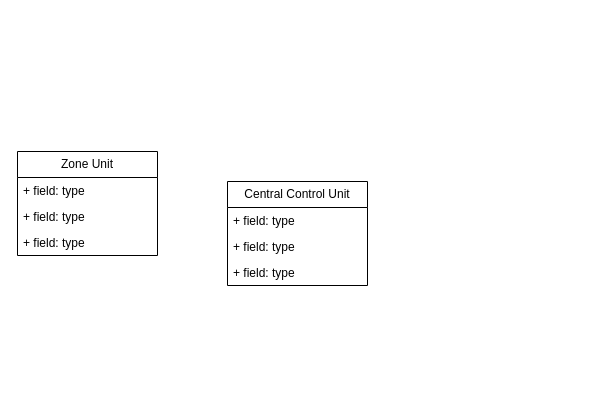
Before: week12-workshop11.drawio in antonykimuom/SWEN30006-2025-SM1-workshop1-tuew05-14-00-team-12, a draw.io diagram. Source tidied: cells renumbered, new cells numbered last; positions are measured from the earlier drawing's top-left corner, leaving out a move shared by most shapes. Both pictures are drawn from the tidied source at 100%, with x=0, y=0 at pixel (17, 151).
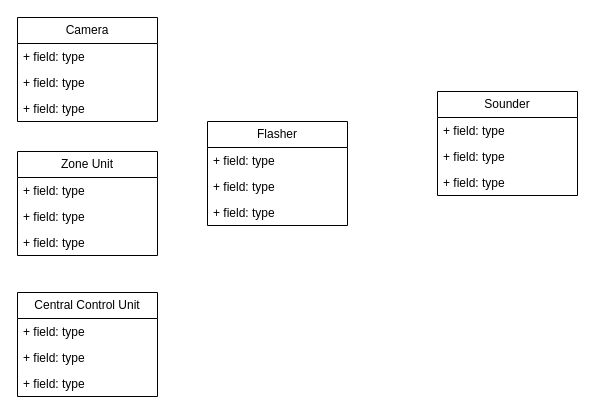
The same diagram, later.

The edit, as a diff of the source:
```diff
@@
     <mxCell id="2" value="Central Control Unit" style="swimlane;fontStyle=0;horizontal=1;startSize=26;fillColor=none;whiteSpace=wrap;html=1;" parent="1" vertex="1">
-      <mxGeometry x="210" y="30" width="140" height="104" as="geometry" />
+      <mxGeometry y="141" width="140" height="104" as="geometry" />
     </mxCell>
@@
+    <mxCell id="10" value="Camera" style="swimlane;fontStyle=0;horizontal=1;startSize=26;fillColor=none;whiteSpace=wrap;html=1;" parent="1" vertex="1">
+      <mxGeometry y="-134" width="140" height="104" as="geometry" />
+    </mxCell>
+    <mxCell id="11" value="+ field: type" style="text;strokeColor=none;fillColor=none;align=left;verticalAlign=top;spacingLeft=4;spacingRight=4;overflow=hidden;whiteSpace=wrap;html=1;" parent="10" vertex="1">
+      <mxGeometry y="26" width="140" height="26" as="geometry" />
+    </mxCell>
+    <mxCell id="12" value="+ field: type" style="text;strokeColor=none;fillColor=none;align=left;verticalAlign=top;spacingLeft=4;spacingRight=4;overflow=hidden;whiteSpace=wrap;html=1;" parent="10" vertex="1">
+      <mxGeometry y="52" width="140" height="26" as="geometry" />
+    </mxCell>
+    <mxCell id="13" value="+ field: type" style="text;strokeColor=none;fillColor=none;align=left;verticalAlign=top;spacingLeft=4;spacingRight=4;overflow=hidden;whiteSpace=wrap;html=1;" parent="10" vertex="1">
+      <mxGeometry y="78" width="140" height="26" as="geometry" />
+    </mxCell>
+    <mxCell id="14" value="Flasher" style="swimlane;fontStyle=0;horizontal=1;startSize=26;fillColor=none;whiteSpace=wrap;html=1;" parent="1" vertex="1">
+      <mxGeometry x="190" y="-30" width="140" height="104" as="geometry" />
+    </mxCell>
+    <mxCell id="15" value="+ field: type" style="text;strokeColor=none;fillColor=none;align=left;verticalAlign=top;spacingLeft=4;spacingRight=4;overflow=hidden;whiteSpace=wrap;html=1;" parent="14" vertex="1">
+      <mxGeometry y="26" width="140" height="26" as="geometry" />
+    </mxCell>
+    <mxCell id="16" value="+ field: type" style="text;strokeColor=none;fillColor=none;align=left;verticalAlign=top;spacingLeft=4;spacingRight=4;overflow=hidden;whiteSpace=wrap;html=1;" parent="14" vertex="1">
+      <mxGeometry y="52" width="140" height="26" as="geometry" />
+    </mxCell>
+    <mxCell id="17" value="+ field: type" style="text;strokeColor=none;fillColor=none;align=left;verticalAlign=top;spacingLeft=4;spacingRight=4;overflow=hidden;whiteSpace=wrap;html=1;" parent="14" vertex="1">
+      <mxGeometry y="78" width="140" height="26" as="geometry" />
+    </mxCell>
+    <mxCell id="18" value="Sounder" style="swimlane;fontStyle=0;horizontal=1;startSize=26;fillColor=none;whiteSpace=wrap;html=1;" parent="1" vertex="1">
+      <mxGeometry x="420" y="-60" width="140" height="104" as="geometry" />
+    </mxCell>
+    <mxCell id="19" value="+ field: type" style="text;strokeColor=none;fillColor=none;align=left;verticalAlign=top;spacingLeft=4;spacingRight=4;overflow=hidden;whiteSpace=wrap;html=1;" parent="18" vertex="1">
+      <mxGeometry y="26" width="140" height="26" as="geometry" />
+    </mxCell>
+    <mxCell id="20" value="+ field: type" style="text;strokeColor=none;fillColor=none;align=left;verticalAlign=top;spacingLeft=4;spacingRight=4;overflow=hidden;whiteSpace=wrap;html=1;" parent="18" vertex="1">
+      <mxGeometry y="52" width="140" height="26" as="geometry" />
+    </mxCell>
+    <mxCell id="21" value="+ field: type" style="text;strokeColor=none;fillColor=none;align=left;verticalAlign=top;spacingLeft=4;spacingRight=4;overflow=hidden;whiteSpace=wrap;html=1;" parent="18" vertex="1">
+      <mxGeometry y="78" width="140" height="26" as="geometry" />
+    </mxCell>
```
